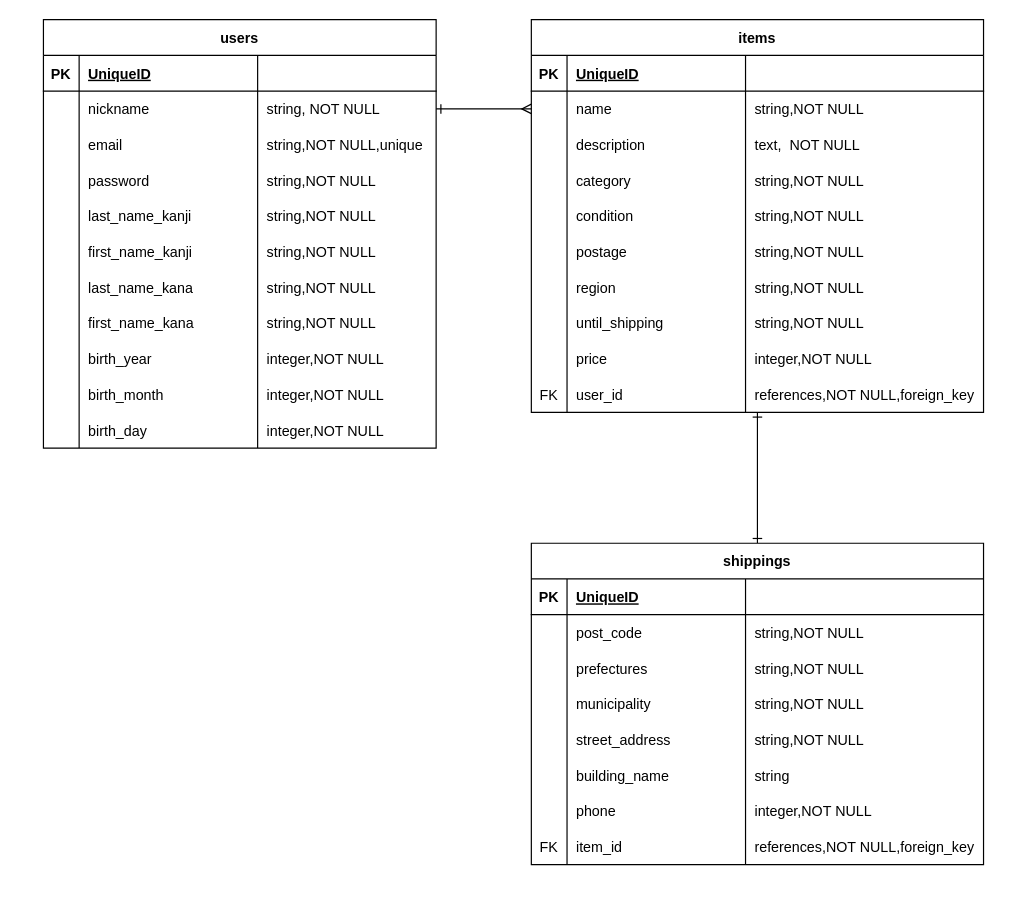
This is ER図.dio from Shun-ST-TechCamp/furima-39524, a draw.io file, before an edit. Source tidied: cells renumbered, new cells numbered last; positions are measured from the earlier drawing's top-left corner, leaving out a move shared by most shapes. Both pictures are drawn from the tidied source at 119%, with x=0, y=0 at pixel (43, 19).
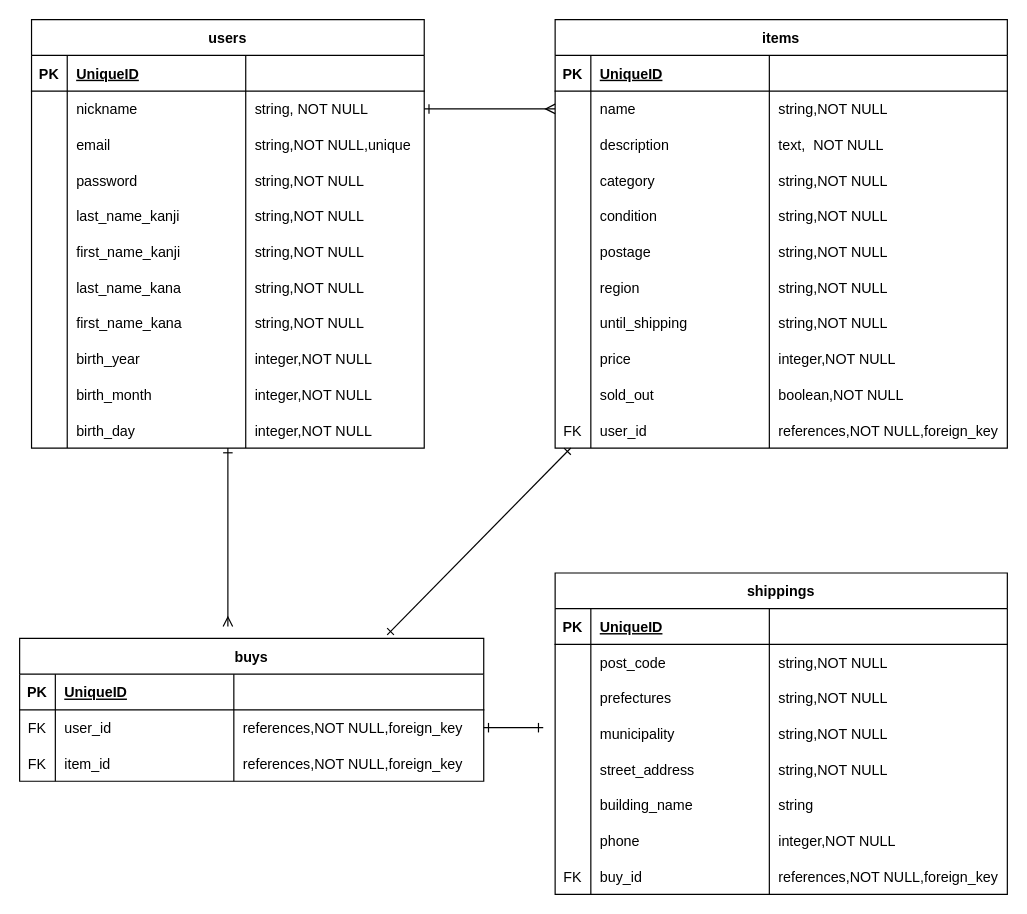
The same page after the edit.

Commit message (it also covers changes not shown here):
レビューによる訂正・テーブルの追加

Unchanged cells that the change refers to:
```xml
<mxCell id="118" style="shape=tableRow;horizontal=0;startSize=0;swimlaneHead=0;swimlaneBody=0;fillColor=none;top=0;left=0;right=0;bottom=0;" parent="89" vertex="1">
  <mxGeometry y="240" width="380" height="30" as="geometry" />
</mxCell>
```

Diff of the diagram source:
```diff
@@
+    <mxCell id="123" style="edgeStyle=none;jumpSize=6;html=1;strokeWidth=1;startArrow=ERone;startFill=0;endArrow=ERmany;endFill=0;endSize=6;targetPerimeterSpacing=0;" parent="1" edge="1" source="2">
+      <mxGeometry relative="1" as="geometry">
+        <mxPoint x="155" y="510" as="targetPoint" />
+      </mxGeometry>
+    </mxCell>
     <mxCell id="2" value="users" style="shape=table;startSize=30;childLayout=tableLayout;rowLines=0;fontStyle=1;align=center;" parent="1" vertex="1">
-      <mxGeometry width="330" height="360" as="geometry" />
+      <mxGeometry x="-10" width="330" height="360" as="geometry" />
     </mxCell>
@@
-    <mxCell id="47" style="edgeStyle=none;jumpSize=6;html=1;strokeWidth=1;startArrow=ERone;startFill=0;endArrow=ERone;endFill=0;endSize=6;targetPerimeterSpacing=0;entryX=0.5;entryY=0;entryDx=0;entryDy=0;" parent="1" edge="1" source="48" target="89">
-      <mxGeometry relative="1" as="geometry" />
-    </mxCell>
+    <mxCell id="124" style="edgeStyle=none;jumpSize=6;html=1;strokeWidth=1;startArrow=ERone;startFill=0;endArrow=ERone;endFill=0;endSize=6;targetPerimeterSpacing=0;entryX=0.792;entryY=-0.025;entryDx=0;entryDy=0;entryPerimeter=0;" parent="1" edge="1" source="48" target="129">
+      <mxGeometry relative="1" as="geometry" />
+    </mxCell>
     <mxCell id="48" value="items" style="shape=table;startSize=30;childLayout=tableLayout;rowLines=0;fontStyle=1;align=center;" parent="1" vertex="1">
-      <mxGeometry x="410" width="380" height="330" as="geometry" />
+      <mxGeometry x="430" width="380" height="360" as="geometry" />
     </mxCell>
@@
+    <mxCell id="125" style="shape=tableRow;horizontal=0;startSize=0;swimlaneHead=0;swimlaneBody=0;fillColor=none;top=0;left=0;right=0;bottom=0;" parent="48" vertex="1">
+      <mxGeometry y="300" width="380" height="30" as="geometry" />
+    </mxCell>
+    <mxCell id="126" style="shape=partialRectangle;fillColor=none;top=0;left=0;bottom=0;right=0;overflow=hidden;" parent="125" vertex="1">
+      <mxGeometry width="30" height="30" as="geometry" />
+    </mxCell>
+    <mxCell id="127" value="sold_out" style="shape=partialRectangle;fillColor=none;top=0;left=0;bottom=0;right=0;align=left;spacingLeft=6;overflow=hidden;labelBorderColor=none;" parent="125" vertex="1">
+      <mxGeometry x="30" width="150" height="30" as="geometry" />
+    </mxCell>
+    <mxCell id="128" value="boolean,NOT NULL" style="shape=partialRectangle;fillColor=none;top=0;left=0;bottom=0;right=0;align=left;spacingLeft=6;overflow=hidden;labelBorderColor=none;" parent="125" vertex="1">
+      <mxGeometry x="180" width="200" height="30" as="geometry" />
+    </mxCell>
     <mxCell id="85" style="shape=tableRow;horizontal=0;startSize=0;swimlaneHead=0;swimlaneBody=0;fillColor=none;top=0;left=0;right=0;bottom=0;" parent="48" vertex="1">
-      <mxGeometry y="300" width="380" height="30" as="geometry" />
+      <mxGeometry y="330" width="380" height="30" as="geometry" />
     </mxCell>
@@
     <mxCell id="89" value="shippings" style="shape=table;startSize=30;childLayout=tableLayout;rowLines=0;fontStyle=1;align=center;" parent="1" vertex="1">
-      <mxGeometry x="410" y="440" width="380" height="270" as="geometry" />
+      <mxGeometry x="430" y="465" width="380" height="270" as="geometry" />
     </mxCell>
@@
-    <mxCell id="120" value="item_id" style="shape=partialRectangle;fillColor=none;top=0;left=0;bottom=0;right=0;align=left;spacingLeft=6;overflow=hidden;" parent="118" vertex="1">
+    <mxCell id="120" value="buy_id" style="shape=partialRectangle;fillColor=none;top=0;left=0;bottom=0;right=0;align=left;spacingLeft=6;overflow=hidden;" parent="118" vertex="1">
       <mxGeometry x="30" width="150" height="30" as="geometry" />
     </mxCell>
@@
+    <mxCell id="129" value="buys" style="shape=table;startSize=30;childLayout=tableLayout;rowLines=0;fontStyle=1;align=center;labelBorderColor=none;strokeColor=default;" parent="1" vertex="1">
+      <mxGeometry x="-20" y="520" width="390" height="120" as="geometry" />
+    </mxCell>
+    <mxCell id="130" style="shape=tableRow;horizontal=0;startSize=0;swimlaneHead=0;swimlaneBody=0;fillColor=none;top=0;left=0;right=0;bottom=1;labelBorderColor=none;strokeColor=default;" parent="129" vertex="1">
+      <mxGeometry y="30" width="390" height="30" as="geometry" />
+    </mxCell>
+    <mxCell id="131" value="PK" style="shape=partialRectangle;fillColor=none;top=0;left=0;bottom=0;right=0;fontStyle=1;overflow=hidden;labelBorderColor=none;strokeColor=default;" parent="130" vertex="1">
+      <mxGeometry width="30" height="30" as="geometry" />
+    </mxCell>
+    <mxCell id="132" value="UniqueID" style="shape=partialRectangle;fillColor=none;top=0;left=0;bottom=0;right=0;align=left;spacingLeft=6;fontStyle=5;overflow=hidden;labelBorderColor=none;strokeColor=default;" parent="130" vertex="1">
+      <mxGeometry x="30" width="150" height="30" as="geometry" />
+    </mxCell>
+    <mxCell id="133" style="shape=partialRectangle;fillColor=none;top=0;left=0;bottom=0;right=0;align=left;spacingLeft=6;fontStyle=5;overflow=hidden;labelBorderColor=none;strokeColor=default;" parent="130" vertex="1">
+      <mxGeometry x="180" width="210" height="30" as="geometry" />
+    </mxCell>
+    <mxCell id="134" style="shape=tableRow;horizontal=0;startSize=0;swimlaneHead=0;swimlaneBody=0;fillColor=none;points=[[0,0.5],[1,0.5]];portConstraint=eastwest;top=0;left=0;right=0;bottom=0;labelBorderColor=none;strokeColor=default;" parent="129" vertex="1">
+      <mxGeometry y="60" width="390" height="30" as="geometry" />
+    </mxCell>
+    <mxCell id="135" value="FK" style="shape=partialRectangle;fillColor=none;top=0;left=0;bottom=0;right=0;overflow=hidden;labelBorderColor=none;strokeColor=default;" parent="134" vertex="1">
+      <mxGeometry width="30" height="30" as="geometry" />
+    </mxCell>
+    <mxCell id="136" value="user_id" style="shape=partialRectangle;fillColor=none;top=0;left=0;bottom=0;right=0;align=left;spacingLeft=6;overflow=hidden;labelBorderColor=none;strokeColor=default;" parent="134" vertex="1">
+      <mxGeometry x="30" width="150" height="30" as="geometry" />
+    </mxCell>
+    <mxCell id="137" value="references,NOT NULL,foreign_key" style="shape=partialRectangle;fillColor=none;top=0;left=0;bottom=0;right=0;align=left;spacingLeft=6;overflow=hidden;labelBorderColor=none;strokeColor=default;" parent="134" vertex="1">
+      <mxGeometry x="180" width="210" height="30" as="geometry" />
+    </mxCell>
+    <mxCell id="138" style="shape=tableRow;horizontal=0;startSize=0;swimlaneHead=0;swimlaneBody=0;fillColor=none;top=0;left=0;right=0;bottom=0;labelBorderColor=none;strokeColor=default;" parent="129" vertex="1">
+      <mxGeometry y="90" width="390" height="30" as="geometry" />
+    </mxCell>
+    <mxCell id="139" value="FK" style="shape=partialRectangle;fillColor=none;top=0;left=0;bottom=0;right=0;overflow=hidden;labelBorderColor=none;strokeColor=default;" parent="138" vertex="1">
+      <mxGeometry width="30" height="30" as="geometry" />
+    </mxCell>
+    <mxCell id="140" value="item_id" style="shape=partialRectangle;fillColor=none;top=0;left=0;bottom=0;right=0;align=left;spacingLeft=6;overflow=hidden;labelBorderColor=none;strokeColor=default;" parent="138" vertex="1">
+      <mxGeometry x="30" width="150" height="30" as="geometry" />
+    </mxCell>
+    <mxCell id="141" value="references,NOT NULL,foreign_key" style="shape=partialRectangle;fillColor=none;top=0;left=0;bottom=0;right=0;align=left;spacingLeft=6;overflow=hidden;labelBorderColor=none;strokeColor=default;" parent="138" vertex="1">
+      <mxGeometry x="180" width="210" height="30" as="geometry" />
+    </mxCell>
+    <mxCell id="142" style="edgeStyle=none;jumpSize=6;html=1;strokeWidth=1;startArrow=ERone;startFill=0;endArrow=ERone;endFill=0;endSize=6;targetPerimeterSpacing=0;" parent="1" edge="1" source="134">
+      <mxGeometry relative="1" as="geometry">
+        <mxPoint x="420" y="595" as="targetPoint" />
+      </mxGeometry>
+    </mxCell>
```
